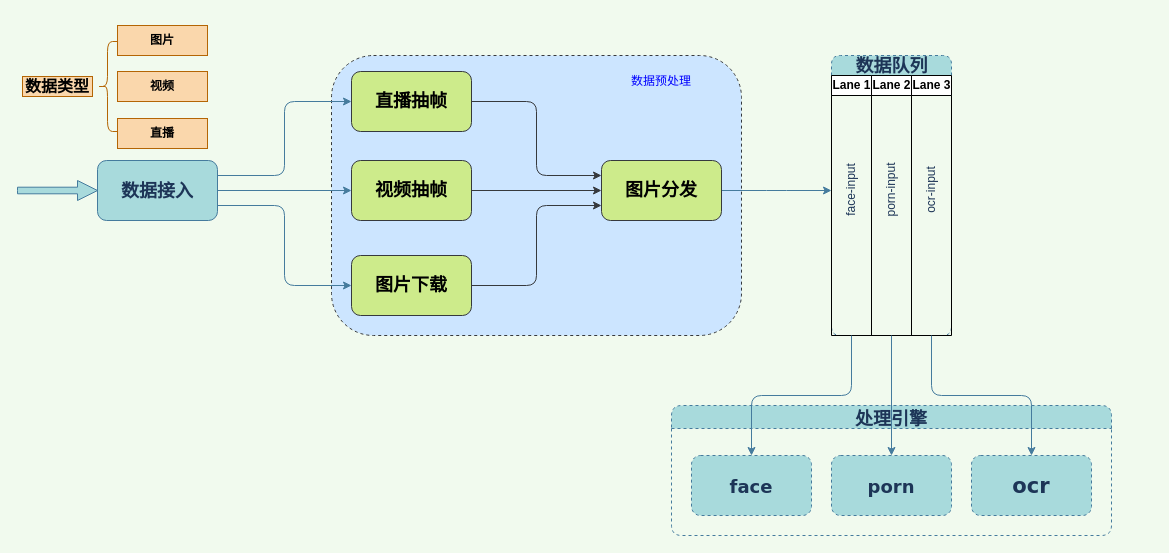
xwzj01ht/diagrams keeps this draw.io diagram as engine_system/engine_system_architecture.drawio. Above is the earlier version. Source tidied: cells renumbered, new cells numbered last; positions are measured from the earlier drawing's top-left corner, leaving out a move shared by most shapes. Both pictures are drawn from the tidied source at 100%, with x=0, y=0 at pixel (17, 25).
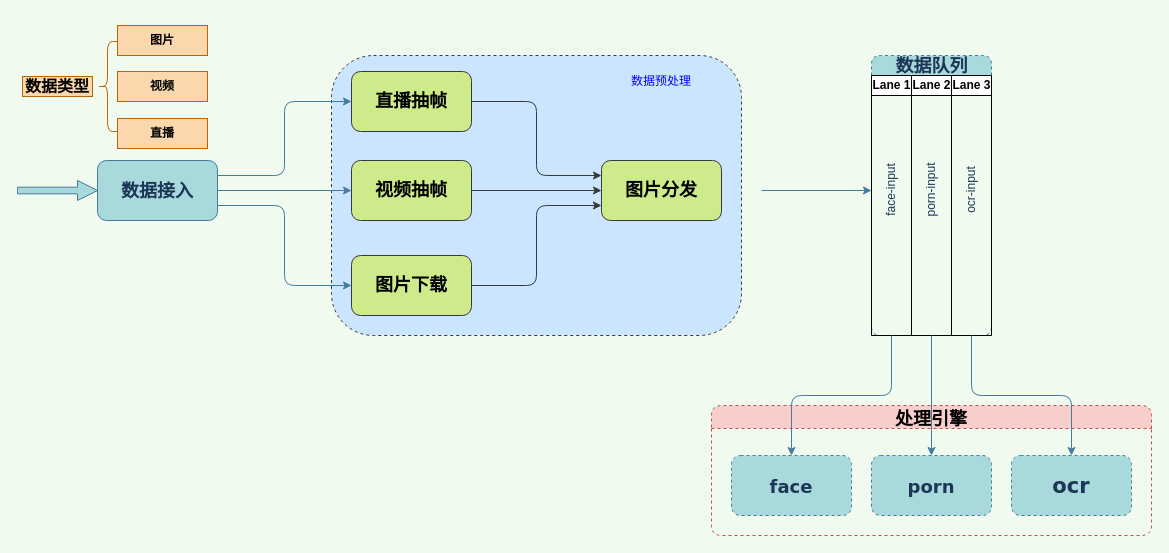
The same diagram, later.

Unchanged cells that the change refers to:
```xml
<mxCell id="20" value="&lt;h3 style=&quot;font-size: 18px&quot;&gt;图片分发&lt;/h3&gt;" style="rounded=1;whiteSpace=wrap;html=1;sketch=0;strokeColor=#36393d;fillColor=#cdeb8b;" parent="1" vertex="1">
  <mxGeometry x="584" y="135" width="120" height="60" as="geometry" />
</mxCell>
```

The edit, as a diff of the source:
```diff
@@
-    <mxCell id="19" style="edgeStyle=orthogonalEdgeStyle;curved=0;rounded=1;sketch=0;jettySize=auto;html=1;strokeColor=#457B9D;fillColor=#A8DADC;fontColor=#1D3557;" parent="1" edge="1" source="20">
+    <mxCell id="19" style="edgeStyle=orthogonalEdgeStyle;curved=0;rounded=1;sketch=0;orthogonalLoop=1;jettySize=auto;html=1;strokeColor=#457B9D;fillColor=#A8DADC;fontColor=#1D3557;" parent="1" edge="1">
       <mxGeometry relative="1" as="geometry">
-        <mxPoint x="814" y="165" as="targetPoint" />
+        <mxPoint x="744" y="165" as="sourcePoint" />
+        <mxPoint x="854" y="165" as="targetPoint" />
       </mxGeometry>
     </mxCell>
@@
     <mxCell id="22" value="&lt;h3&gt;&lt;font style=&quot;font-size: 18px&quot; face=&quot;Verdana&quot;&gt;数据队列&lt;/font&gt;&lt;/h3&gt;" style="swimlane;html=1;startSize=20;rounded=1;shadow=0;glass=0;dashed=1;sketch=0;strokeColor=#457B9D;fillColor=#A8DADC;fontColor=#1D3557;" parent="1" vertex="1">
-      <mxGeometry x="814" y="30" width="120" height="280" as="geometry" />
+      <mxGeometry x="854" y="30" width="120" height="280" as="geometry" />
     </mxCell>
@@
-    <mxCell id="29" value="处理引擎" style="swimlane;rounded=1;shadow=0;glass=0;dashed=1;sketch=0;strokeColor=#457B9D;fillColor=#A8DADC;fontColor=#1D3557;fontSize=18;fontFamily=Verdana;" parent="1" vertex="1">
-      <mxGeometry x="654" y="380" width="440" height="130" as="geometry" />
+    <mxCell id="29" value="处理引擎" style="swimlane;rounded=1;shadow=0;glass=0;dashed=1;sketch=0;strokeColor=#b85450;fillColor=#f8cecc;fontSize=18;fontFamily=Verdana;" parent="1" vertex="1">
+      <mxGeometry x="694" y="380" width="440" height="130" as="geometry" />
     </mxCell>
```
